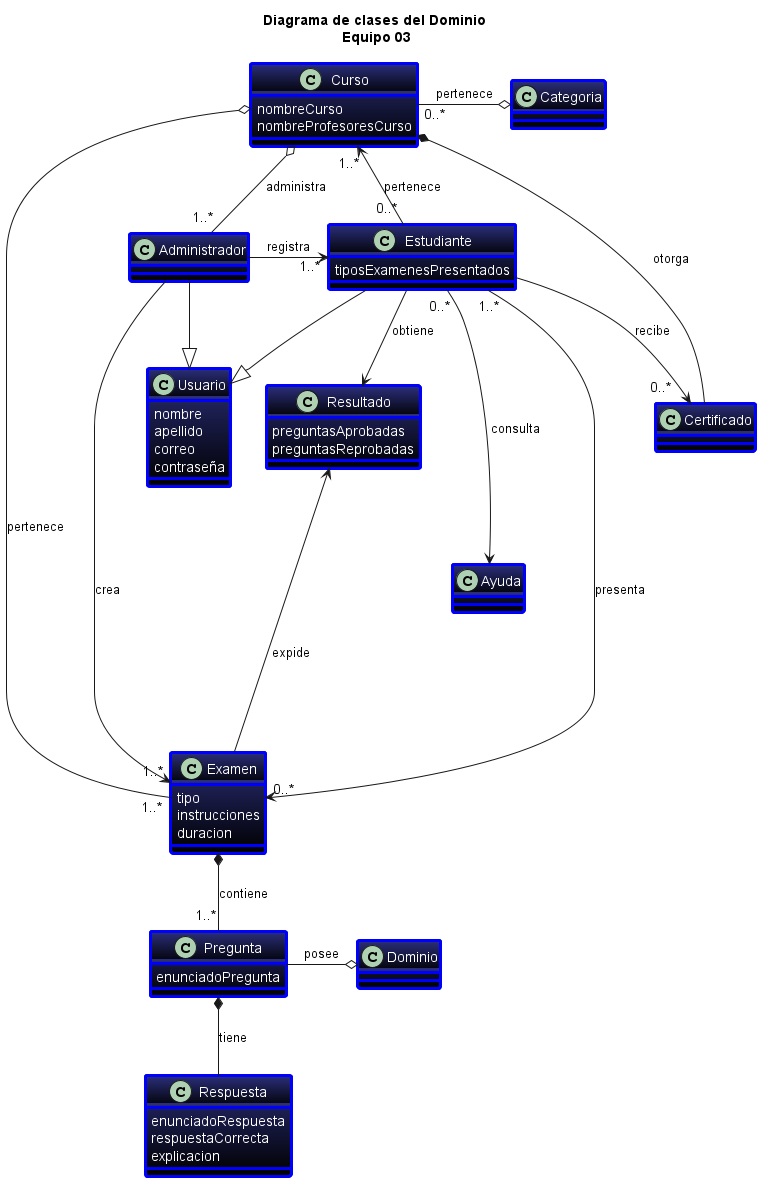
Before: docs/scenariosView/diagramaClasesDominio/Diagrama de clases.png, a diagram exported from PlantUML (febres35/EdTech_IS).
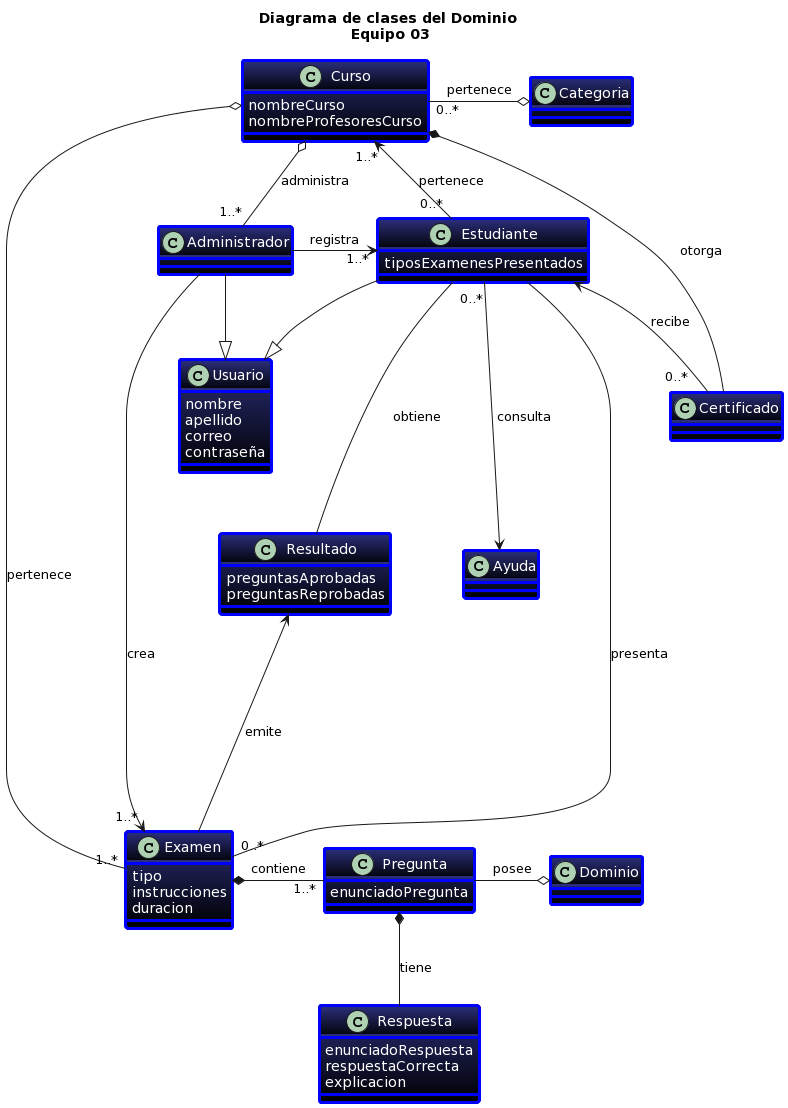
After the change.

Commit message:
Cambios diagrama de clases

Diff of the diagram source:
```diff
@@ -1,5 +1,4 @@
-@startuml "Diagrama de clases"
-
+@startuml
 title "Diagrama de clases del Dominio\n Equipo 03"
 
 skinparam Class{
@@ -60,13 +59,13 @@
 Administrador "    1..*"-up-o Curso: administra
 
 Estudiante "0..*"-right->"    1..*"Curso: pertenece
-Estudiante "1..*"-right-> "0..* "Examen: presenta
-Estudiante --> "0..*   "Certificado: recibe
+Estudiante -right- "0..*"Examen: presenta
+Estudiante <-- "0..*   "Certificado: recibe
 Estudiante "0..*"---> Ayuda: consulta
-Estudiante --> Resultado: "obtiene     "
+Estudiante --- Resultado: "obtiene          "
 
-Examen *-down- "1..*"Pregunta: contiene
-Examen -up---> Resultado: expide
+Examen *-right- "1..*"Pregunta: contiene
+Examen -up---> Resultado: emite
 
 Pregunta *-down- Respuesta: tiene
 Pregunta -right-o Dominio: posee
@@ -74,5 +73,4 @@
 Curso "0..*" -right-o Categoria: pertenece
 Curso o----- "1..*"Examen: pertenece
 Curso *- Certificado: otorga
-
 @enduml
```
